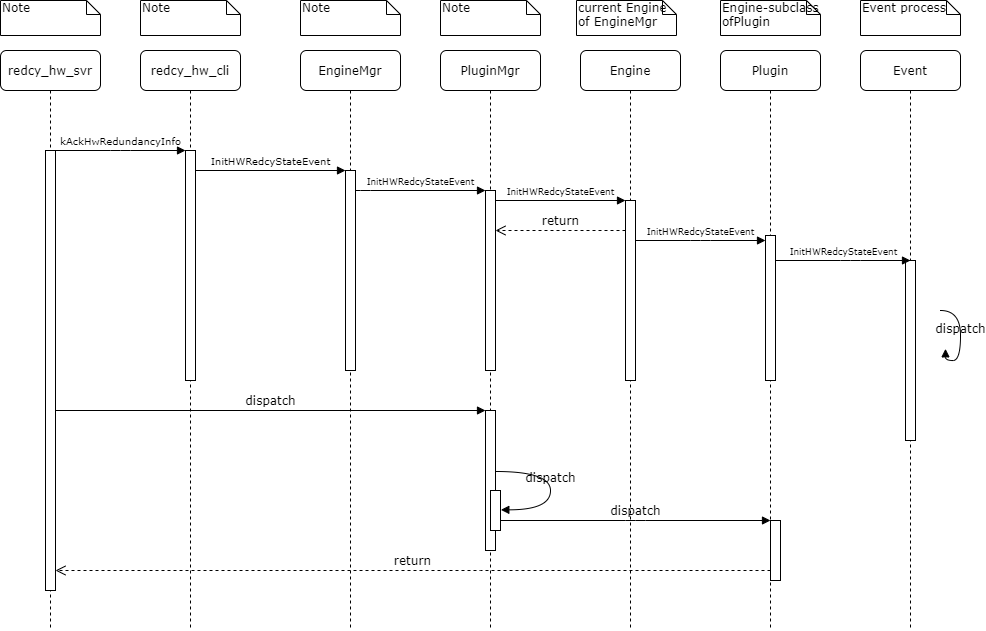
This is UML/StartRedundancy.png from Steve888888/FN-Redundancy, a draw.io export, as it was before one commit. Source tidied: cells renumbered, new cells last; positions are measured from the earlier drawing's top-left corner, leaving out a move shared by most shapes.
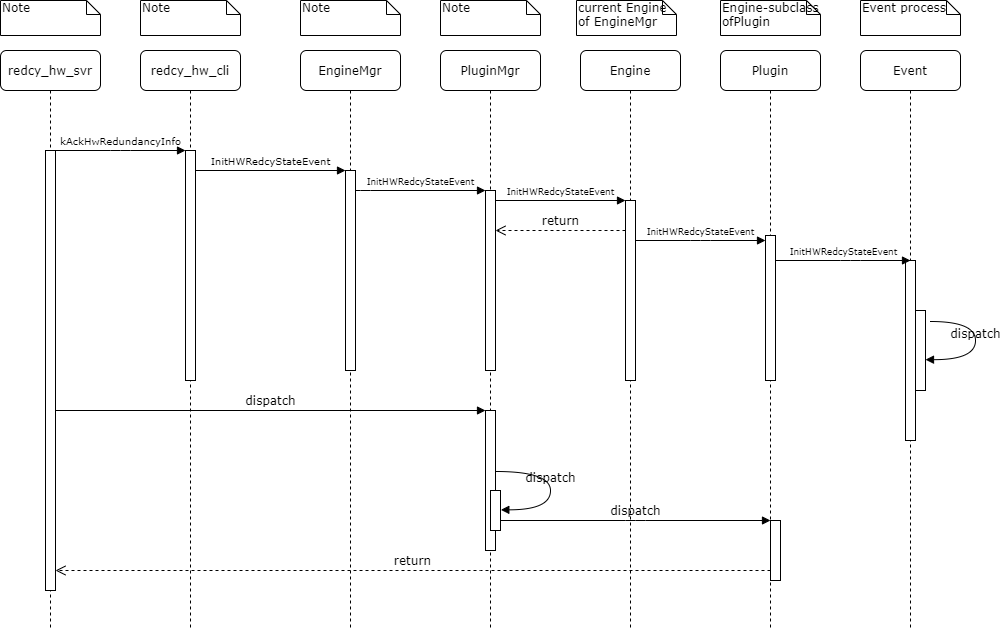
After the change.

What changed in the source:
```diff
@@ -32,6 +32,9 @@
     <mxCell id="11" style="html=1;perimeter=orthogonalPerimeter;rounded=0;shadow=0;comic=0;labelBackgroundColor=none;strokeColor=#000000;strokeWidth=1;fillColor=#FFFFFF;fontFamily=Verdana;fontSize=12;fontColor=#000000;align=center;" parent="10" vertex="1">
       <mxGeometry x="45" y="210" width="10" height="180" as="geometry" />
     </mxCell>
+    <mxCell id="38" style="html=1;perimeter=orthogonalPerimeter;" parent="10" vertex="1">
+      <mxGeometry x="55" y="260" width="10" height="80" as="geometry" />
+    </mxCell>
     <mxCell id="12" value="redcy_hw_svr" style="shape=umlLifeline;perimeter=lifelinePerimeter;whiteSpace=wrap;html=1;rounded=1;shadow=0;comic=0;labelBackgroundColor=none;strokeWidth=1;fontFamily=Verdana;fontSize=12;align=center;" parent="1" vertex="1">
       <mxGeometry y="50" width="100" height="580" as="geometry" />
     </mxCell>
@@ -136,14 +139,13 @@
         </Array>
       </mxGeometry>
     </mxCell>
-    <mxCell id="37" value="dispatch" style="html=1;verticalAlign=bottom;endArrow=block;labelBackgroundColor=none;fontFamily=Verdana;fontSize=12;elbow=vertical;edgeStyle=orthogonalEdgeStyle;curved=1;entryX=1;entryY=0.286;entryPerimeter=0;exitX=1.038;exitY=0.345;exitPerimeter=0;" parent="1" edge="1">
+    <mxCell id="37" value="dispatch" style="html=1;verticalAlign=bottom;endArrow=block;labelBackgroundColor=none;fontFamily=Verdana;fontSize=12;elbow=vertical;edgeStyle=orthogonalEdgeStyle;curved=1;entryX=1;entryY=0.286;entryPerimeter=0;" parent="1" edge="1">
       <mxGeometry relative="1" as="geometry">
-        <mxPoint x="940" y="310" as="sourcePoint" />
-        <mxPoint x="945" y="348.3" as="targetPoint" />
+        <mxPoint x="930" y="321" as="sourcePoint" />
+        <mxPoint x="925" y="359.2" as="targetPoint" />
         <Array as="points">
-          <mxPoint x="960" y="310" />
-          <mxPoint x="960" y="360" />
-          <mxPoint x="945" y="360" />
+          <mxPoint x="975" y="321" />
+          <mxPoint x="975" y="359" />
         </Array>
       </mxGeometry>
     </mxCell>
```
